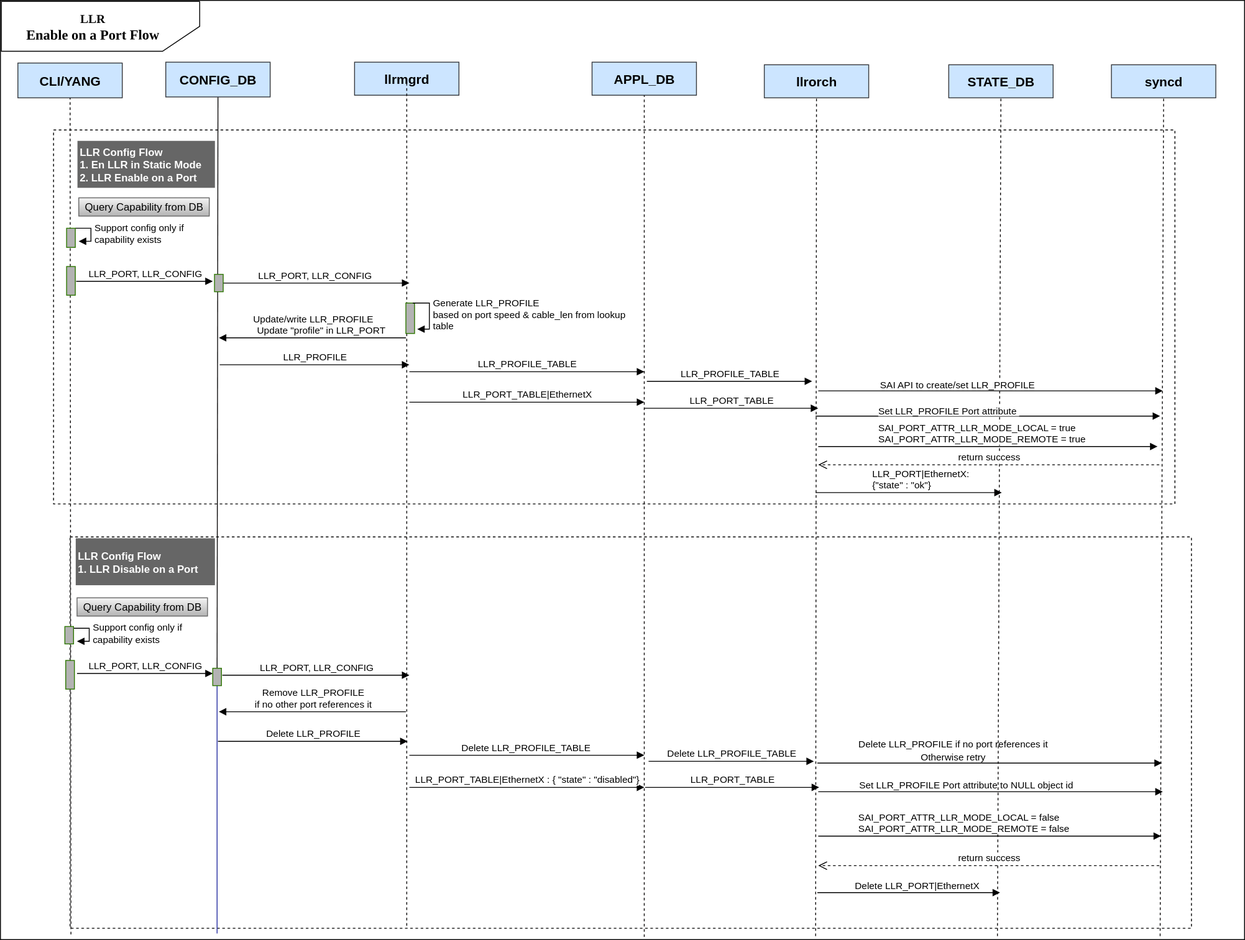
The draw.io diagram doc/llr/images/llr_config_flow.svg in sonic-net/SONiC, before a commit. Source tidied: cells renumbered, new cells last; positions are measured from the earlier drawing's top-left corner, leaving out a move shared by most shapes.
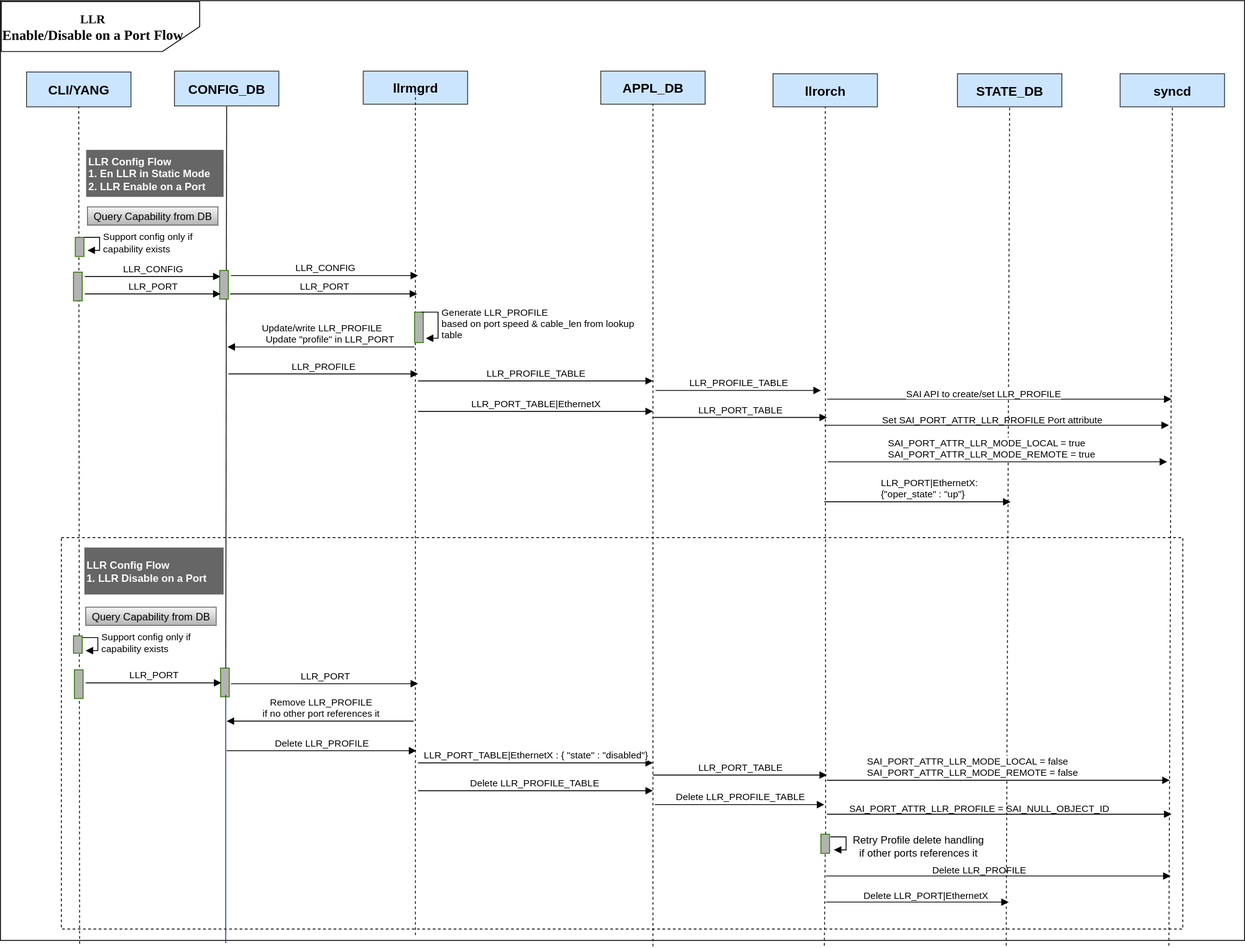
After the change.

What changed in the source:
```diff
@@ -4,4 +4,7 @@
     <mxCell id="1" parent="0" />
+    <mxCell id="9" style="rounded=0;whiteSpace=wrap;html=1;dashed=1;" parent="1" vertex="1">
+      <mxGeometry x="61" y="149" width="1289" height="430" as="geometry" />
+    </mxCell>
     <mxCell id="2" style="group;" parent="1" vertex="1">
-      <mxGeometry width="1430" height="1080" as="geometry" />
+      <mxGeometry x="-10" y="-10" width="1430" height="1080" as="geometry" />
     </mxCell>
@@ -13,3 +16,3 @@
     </mxCell>
-    <mxCell id="5" value="&lt;div style=&quot;&quot;&gt;&lt;font face=&quot;Tahoma&quot; style=&quot;color: rgb(0, 0, 0); direction: ltr; letter-spacing: 0px; line-height: 120%; opacity: 1; font-size: 14px;&quot;&gt;&lt;font style=&quot;&quot;&gt; LLR&lt;/font&gt;&lt;br&gt;&lt;/font&gt;&lt;/div&gt;&lt;div style=&quot;&quot;&gt;&lt;font size=&quot;3&quot; face=&quot;Tahoma&quot;&gt;Enable on a Port Flow&lt;/font&gt;&lt;/div&gt;" style="text;vsdxID=174;rotation=359.91;fillColor=none;gradientColor=none;strokeColor=none;spacingTop=-1;spacingBottom=-1;spacingLeft=-1;spacingRight=-1;labelBackgroundColor=none;rounded=0;html=1;whiteSpace=wrap;verticalAlign=middle;align=center;overflow=width;html=1;fontStyle=1;" parent="4" vertex="1">
+    <mxCell id="5" value="&lt;div style=&quot;&quot;&gt;&lt;font face=&quot;Tahoma&quot; style=&quot;color: rgb(0, 0, 0); direction: ltr; letter-spacing: 0px; line-height: 120%; opacity: 1; font-size: 14px;&quot;&gt;&lt;font style=&quot;&quot;&gt; LLR&lt;/font&gt;&lt;br&gt;&lt;/font&gt;&lt;/div&gt;&lt;div style=&quot;&quot;&gt;&lt;font size=&quot;3&quot; face=&quot;Tahoma&quot;&gt;Enable/Disable on a Port Flow&lt;/font&gt;&lt;/div&gt;" style="text;vsdxID=174;rotation=359.91;fillColor=none;gradientColor=none;strokeColor=none;spacingTop=-1;spacingBottom=-1;spacingLeft=-1;spacingRight=-1;labelBackgroundColor=none;rounded=0;html=1;whiteSpace=wrap;verticalAlign=middle;align=center;overflow=width;html=1;fontStyle=1;" parent="4" vertex="1">
       <mxGeometry y="0.8" width="210" height="57.8" as="geometry" />
@@ -17,13 +20,19 @@
     <mxCell id="6" style="rounded=0;whiteSpace=wrap;html=1;dashed=1;" parent="2" vertex="1">
-      <mxGeometry x="80" y="617" width="1289" height="450" as="geometry" />
+      <mxGeometry x="70" y="617" width="1289" height="450" as="geometry" />
     </mxCell>
-    <mxCell id="7" value="&lt;span style=&quot;font-size: 11px; text-align: left; text-wrap-mode: nowrap; background-color: rgb(255, 255, 255);&quot;&gt;Delete LLR_PROFILE if no port references it&lt;/span&gt;&lt;br style=&quot;font-size: 11px; text-align: left; text-wrap-mode: nowrap;&quot;&gt;&lt;span style=&quot;font-size: 11px; text-align: left; text-wrap-mode: nowrap; background-color: rgb(255, 255, 255);&quot;&gt;Otherwise retry&lt;/span&gt;" style="text;html=1;align=center;verticalAlign=middle;whiteSpace=wrap;rounded=0;" parent="2" vertex="1">
-      <mxGeometry x="1050" y="847" width="90" height="30" as="geometry" />
+    <mxCell id="7" value="&lt;span style=&quot;font-size: 11px; text-align: left; text-wrap-mode: nowrap; background-color: rgb(255, 255, 255);&quot;&gt;Delete LLR_PROFILE&lt;/span&gt;" style="text;html=1;align=center;verticalAlign=middle;whiteSpace=wrap;rounded=0;" parent="2" vertex="1">
+      <mxGeometry x="1080" y="984" width="90" height="30" as="geometry" />
     </mxCell>
-    <mxCell id="8" value="&lt;span style=&quot;font-size: 11px; text-align: left; text-wrap-mode: nowrap; background-color: rgb(255, 255, 255);&quot;&gt;Set LLR_PROFILE Port attribute to NULL object id&lt;/span&gt;" style="text;html=1;align=center;verticalAlign=middle;whiteSpace=wrap;rounded=0;" parent="2" vertex="1">
-      <mxGeometry x="1080" y="887" width="60" height="30" as="geometry" />
+    <mxCell id="8" value="&lt;span style=&quot;font-size: 11px; text-align: left; text-wrap-mode: nowrap; background-color: rgb(255, 255, 255);&quot;&gt;SAI_PORT_ATTR_LLR_PROFILE =&amp;nbsp;SAI_NULL_OBJECT_ID&lt;/span&gt;" style="text;html=1;align=center;verticalAlign=middle;whiteSpace=wrap;rounded=0;" parent="2" vertex="1">
+      <mxGeometry x="1095" y="913" width="60" height="30" as="geometry" />
     </mxCell>
-    <mxCell id="9" style="rounded=0;whiteSpace=wrap;html=1;dashed=1;" parent="1" vertex="1">
-      <mxGeometry x="61" y="149" width="1289" height="430" as="geometry" />
-    </mxCell>
+    <mxCell id="67" value="Retry Profile delete handling if other ports references it" style="text;html=1;align=center;verticalAlign=middle;whiteSpace=wrap;rounded=0;" parent="2" vertex="1">
+      <mxGeometry x="975" y="957" width="160" height="30" as="geometry" />
+    </mxCell>
+    <mxCell id="68" style="html=1;perimeter=orthogonalPerimeter;targetShapes=umlLifeline;newEdgeStyle={&quot;curved&quot;:0,&quot;rounded&quot;:0};fillColor=#B3B3B3;fontColor=#ffffff;strokeColor=#2D7600;" parent="2" vertex="1">
+      <mxGeometry x="253" y="767" width="10" height="33" as="geometry" />
+    </mxCell>
+    <mxCell id="65" value="&lt;span style=&quot;font-size: 11px; text-align: left; text-wrap-mode: nowrap; background-color: rgb(255, 255, 255);&quot;&gt;Set SAI_PORT_ATTR_LLR_PROFILE&amp;nbsp;Port attribute&lt;/span&gt;" style="text;html=1;align=center;verticalAlign=middle;whiteSpace=wrap;rounded=0;" parent="2" vertex="1">
+      <mxGeometry x="1110" y="467" width="60" height="30" as="geometry" />
+    </mxCell>
     <mxCell id="10" value="APPL_DB" style="html=1;whiteSpace=wrap;fillColor=#cce5ff;strokeColor=#36393d;fontStyle=1;strokeWidth=1;fontSize=15;" parent="1" vertex="1">
@@ -31,4 +40,6 @@
     </mxCell>
-    <mxCell id="11" style="endArrow=none;html=1;rounded=0;exitX=0.5;exitY=0;exitDx=0;exitDy=0;strokeColor=light-dark(#0e0c0c, #ededed);entryX=0.5;entryY=1;entryDx=0;entryDy=0;" parent="1" edge="1" source="29" target="14">
-      <mxGeometry relative="1" as="geometry" />
+    <mxCell id="11" style="endArrow=none;html=1;rounded=0;exitX=0.5;exitY=0;exitDx=0;exitDy=0;strokeColor=light-dark(#0e0c0c, #ededed);entryX=0.5;entryY=1;entryDx=0;entryDy=0;" parent="1" edge="1" target="14">
+      <mxGeometry relative="1" as="geometry">
+        <mxPoint x="249" y="757" as="sourcePoint" />
+      </mxGeometry>
     </mxCell>
@@ -39,6 +50,6 @@
     </mxCell>
-    <mxCell id="13" value="LLR_PORT, LLR_CONFIG" style="html=1;verticalAlign=bottom;endArrow=block;curved=0;rounded=0;" parent="1" edge="1">
+    <mxCell id="13" value="LLR_PORT" style="html=1;verticalAlign=bottom;endArrow=block;curved=0;rounded=0;" parent="1" edge="1">
       <mxGeometry relative="1" as="geometry">
-        <mxPoint x="255" y="776" as="sourcePoint" />
-        <mxPoint x="470" y="776" as="targetPoint" />
+        <mxPoint x="255" y="775" as="sourcePoint" />
+        <mxPoint x="470" y="775" as="targetPoint" />
       </mxGeometry>
@@ -51,6 +62,4 @@
     </mxCell>
-    <mxCell id="16" style="endArrow=none;html=1;rounded=0;strokeColor=light-dark(#0e0c0c, #ededed);entryX=0.5;entryY=1;entryDx=0;entryDy=0;exitX=0.55;exitY=0;exitDx=0;exitDy=0;exitPerimeter=0;dashed=1;" parent="1" edge="1" target="17">
-      <mxGeometry relative="1" as="geometry">
-        <mxPoint x="937" y="1076" as="sourcePoint" />
-      </mxGeometry>
+    <mxCell id="16" style="endArrow=none;html=1;rounded=0;strokeColor=light-dark(#0e0c0c, #ededed);entryX=0.5;entryY=1;entryDx=0;entryDy=0;exitX=0.55;exitY=0;exitDx=0;exitDy=0;exitPerimeter=0;dashed=1;" parent="1" edge="1" source="70" target="17">
+      <mxGeometry relative="1" as="geometry" />
     </mxCell>
@@ -83,4 +92,4 @@
       <mxGeometry x="-0.78" relative="1" as="geometry">
-        <mxPoint x="940" y="961" as="sourcePoint" />
-        <mxPoint x="1334" y="961" as="targetPoint" />
+        <mxPoint x="940" y="886" as="sourcePoint" />
+        <mxPoint x="1334" y="886" as="targetPoint" />
       </mxGeometry>
@@ -98,15 +107,14 @@
     </mxCell>
-    <mxCell id="27" value="LLR_PORT, LLR_CONFIG" style="html=1;verticalAlign=bottom;endArrow=block;curved=0;rounded=0;" parent="1" edge="1" target="29">
+    <mxCell id="27" value="LLR_PORT" style="html=1;verticalAlign=bottom;endArrow=block;curved=0;rounded=0;" parent="1" edge="1">
       <mxGeometry relative="1" as="geometry">
         <mxPoint x="88" y="774" as="sourcePoint" />
+        <mxPoint x="244" y="774" as="targetPoint" />
       </mxGeometry>
     </mxCell>
-    <mxCell id="28" style="endArrow=none;html=1;rounded=0;exitX=0.5;exitY=0;exitDx=0;exitDy=0;strokeColor=light-dark(#252da2, #ededed);" parent="1" edge="1" target="29">
+    <mxCell id="28" style="endArrow=none;html=1;rounded=0;exitX=0.5;exitY=0;exitDx=0;exitDy=0;strokeColor=light-dark(#252da2, #ededed);" parent="1" edge="1">
       <mxGeometry relative="1" as="geometry">
         <mxPoint x="249" y="1073" as="sourcePoint" />
+        <mxPoint x="249" y="788" as="targetPoint" />
       </mxGeometry>
     </mxCell>
-    <mxCell id="29" style="html=1;points=[[0,0,0,0,5],[0,1,0,0,-5],[1,0,0,0,5],[1,1,0,0,-5]];perimeter=orthogonalPerimeter;outlineConnect=0;targetShapes=umlLifeline;portConstraint=eastwest;newEdgeStyle={&quot;curved&quot;:0,&quot;rounded&quot;:0};fillColor=#B3B3B3;fontColor=#ffffff;strokeColor=#2D7600;" parent="1" vertex="1">
-      <mxGeometry x="244" y="768" width="10" height="20" as="geometry" />
-    </mxCell>
     <mxCell id="30" value="Delete&amp;nbsp;&lt;span style=&quot;color: light-dark(rgb(0, 0, 0), rgb(255, 255, 255)); text-align: justify;&quot;&gt;LLR_PORT|EthernetX&lt;/span&gt;" style="html=1;verticalAlign=bottom;endArrow=block;curved=0;rounded=0;align=left;" parent="1" edge="1">
@@ -136,12 +144,6 @@
     </mxCell>
-    <mxCell id="35" value="LLR_PORT, LLR_CONFIG" style="html=1;verticalAlign=bottom;endArrow=block;curved=0;rounded=0;" parent="1" edge="1">
-      <mxGeometry relative="1" as="geometry">
-        <mxPoint x="252" y="325" as="sourcePoint" />
-        <mxPoint x="470" y="325" as="targetPoint" />
-      </mxGeometry>
-    </mxCell>
     <mxCell id="36" style="html=1;verticalAlign=bottom;endArrow=block;curved=0;rounded=0;align=left;" parent="1" edge="1">
       <mxGeometry x="-0.41" relative="1" as="geometry">
-        <mxPoint x="940" y="449" as="sourcePoint" />
-        <mxPoint x="1336" y="449" as="targetPoint" />
+        <mxPoint x="940" y="448" as="sourcePoint" />
+        <mxPoint x="1336" y="448" as="targetPoint" />
       </mxGeometry>
@@ -151,11 +153,2 @@
     </mxCell>
-    <mxCell id="38" value="LLR_PORT, LLR_CONFIG" style="html=1;verticalAlign=bottom;endArrow=block;curved=0;rounded=0;" parent="1" edge="1">
-      <mxGeometry relative="1" as="geometry">
-        <mxPoint x="87" y="323" as="sourcePoint" />
-        <mxPoint x="244" y="323" as="targetPoint" />
-      </mxGeometry>
-    </mxCell>
-    <mxCell id="39" style="html=1;perimeter=orthogonalPerimeter;targetShapes=umlLifeline;newEdgeStyle={&quot;curved&quot;:0,&quot;rounded&quot;:0};fillColor=#B3B3B3;fontColor=#ffffff;strokeColor=#2D7600;" parent="1" vertex="1">
-      <mxGeometry x="246" y="315" width="10" height="20" as="geometry" />
-    </mxCell>
     <mxCell id="40" style="html=1;points=[[0,0,0,0,5],[0,1,0,0,-5],[1,0,0,0,5],[1,1,0,0,-5]];perimeter=orthogonalPerimeter;outlineConnect=0;targetShapes=umlLifeline;portConstraint=eastwest;newEdgeStyle={&quot;curved&quot;:0,&quot;rounded&quot;:0};fillColor=#B3B3B3;fontColor=#ffffff;strokeColor=#2D7600;" parent="1" vertex="1">
@@ -198,7 +191,7 @@
       <mxGeometry x="-0.66" relative="1" as="geometry">
-        <mxPoint x="940" y="513" as="sourcePoint" />
-        <mxPoint x="1330" y="513" as="targetPoint" />
+        <mxPoint x="941" y="520" as="sourcePoint" />
+        <mxPoint x="1331" y="520" as="targetPoint" />
       </mxGeometry>
     </mxCell>
-    <mxCell id="47" value="&lt;span style=&quot;background-color: light-dark(#ffffff, var(--ge-dark-color, #121212)); color: light-dark(rgb(0, 0, 0), rgb(255, 255, 255)); text-align: justify;&quot;&gt;LLR_PORT|EthernetX:&lt;/span&gt;&lt;br&gt;&lt;div style=&quot;text-align: justify;&quot;&gt;&lt;span style=&quot;background-color: light-dark(#ffffff, var(--ge-dark-color, #121212)); color: light-dark(rgb(0, 0, 0), rgb(255, 255, 255));&quot;&gt;{&quot;state&quot; : &quot;ok&quot;}&lt;/span&gt;&lt;/div&gt;" style="html=1;verticalAlign=bottom;endArrow=block;curved=0;rounded=0;align=left;" parent="1" edge="1">
+    <mxCell id="47" value="&lt;span style=&quot;background-color: light-dark(#ffffff, var(--ge-dark-color, #121212)); color: light-dark(rgb(0, 0, 0), rgb(255, 255, 255)); text-align: justify;&quot;&gt;LLR_PORT|EthernetX:&lt;/span&gt;&lt;br&gt;&lt;div style=&quot;text-align: justify;&quot;&gt;&lt;span style=&quot;background-color: light-dark(#ffffff, var(--ge-dark-color, #121212)); color: light-dark(rgb(0, 0, 0), rgb(255, 255, 255));&quot;&gt;{&quot;oper_state&quot; : &quot;up&quot;}&lt;/span&gt;&lt;/div&gt;" style="html=1;verticalAlign=bottom;endArrow=block;curved=0;rounded=0;align=left;" parent="1" edge="1">
       <mxGeometry x="-0.41" relative="1" as="geometry">
@@ -209,5 +202,2 @@
     </mxCell>
-    <mxCell id="48" style="html=1;perimeter=orthogonalPerimeter;targetShapes=umlLifeline;newEdgeStyle={&quot;curved&quot;:0,&quot;rounded&quot;:0};fillColor=#B3B3B3;fontColor=#ffffff;strokeColor=#2D7600;" parent="1" vertex="1">
-      <mxGeometry x="76" y="306" width="10" height="33" as="geometry" />
-    </mxCell>
     <mxCell id="49" value="Query Capability from DB" style="html=1;whiteSpace=wrap;fillColor=#f5f5f5;strokeColor=#666666;gradientColor=#b3b3b3;" parent="1" vertex="1">
@@ -233,14 +223,2 @@
     </mxCell>
-    <mxCell id="53" value="return success" style="html=1;verticalAlign=bottom;endArrow=open;dashed=1;endSize=8;curved=0;rounded=0;" parent="1" edge="1">
-      <mxGeometry relative="1" as="geometry">
-        <mxPoint x="1332" y="534" as="sourcePoint" />
-        <mxPoint x="940" y="534" as="targetPoint" />
-      </mxGeometry>
-    </mxCell>
-    <mxCell id="54" value="return success" style="html=1;verticalAlign=bottom;endArrow=open;dashed=1;endSize=8;curved=0;rounded=0;" parent="1" edge="1">
-      <mxGeometry relative="1" as="geometry">
-        <mxPoint x="1332" y="995" as="sourcePoint" />
-        <mxPoint x="940" y="995" as="targetPoint" />
-      </mxGeometry>
-    </mxCell>
     <mxCell id="55" value="LLR_PROFILE" style="html=1;verticalAlign=bottom;endArrow=block;curved=0;rounded=0;" parent="1" edge="1">
@@ -253,4 +231,4 @@
       <mxGeometry relative="1" as="geometry">
-        <mxPoint x="251" y="818" as="sourcePoint" />
-        <mxPoint x="466" y="818" as="targetPoint" />
+        <mxPoint x="250" y="818" as="sourcePoint" />
+        <mxPoint x="465" y="818" as="targetPoint" />
       </mxGeometry>
@@ -265,4 +243,4 @@
       <mxGeometry relative="1" as="geometry">
-        <mxPoint x="470" y="868" as="sourcePoint" />
-        <mxPoint x="740" y="868" as="targetPoint" />
+        <mxPoint x="470" y="898" as="sourcePoint" />
+        <mxPoint x="740" y="898" as="targetPoint" />
       </mxGeometry>
@@ -271,4 +249,4 @@
       <mxGeometry relative="1" as="geometry">
-        <mxPoint x="470" y="905" as="sourcePoint" />
-        <mxPoint x="740" y="905" as="targetPoint" />
+        <mxPoint x="470" y="866" as="sourcePoint" />
+        <mxPoint x="740" y="866" as="targetPoint" />
       </mxGeometry>
@@ -277,4 +255,4 @@
       <mxGeometry relative="1" as="geometry">
-        <mxPoint x="741" y="905" as="sourcePoint" />
-        <mxPoint x="941" y="905" as="targetPoint" />
+        <mxPoint x="740" y="880" as="sourcePoint" />
+        <mxPoint x="940" y="880" as="targetPoint" />
       </mxGeometry>
@@ -283,4 +261,4 @@
       <mxGeometry relative="1" as="geometry">
-        <mxPoint x="745" y="875" as="sourcePoint" />
-        <mxPoint x="935" y="875" as="targetPoint" />
+        <mxPoint x="742" y="914" as="sourcePoint" />
+        <mxPoint x="937" y="914" as="targetPoint" />
       </mxGeometry>
@@ -299,4 +277,4 @@
       <mxGeometry x="-0.41" relative="1" as="geometry">
-        <mxPoint x="939" y="877" as="sourcePoint" />
-        <mxPoint x="1335" y="877" as="targetPoint" />
+        <mxPoint x="939" y="996" as="sourcePoint" />
+        <mxPoint x="1335" y="996" as="targetPoint" />
         <mxPoint x="-1" as="offset" />
@@ -306,6 +284,6 @@
       <mxGeometry x="-0.41" relative="1" as="geometry">
-        <mxPoint x="940" y="910" as="sourcePoint" />
-        <mxPoint x="1336" y="910" as="targetPoint" />
+        <mxPoint x="940" y="925" as="sourcePoint" />
+        <mxPoint x="1336" y="925" as="targetPoint" />
         <Array as="points">
-          <mxPoint x="1190" y="910" />
+          <mxPoint x="1190" y="925" />
         </Array>
@@ -314,8 +292,53 @@
     </mxCell>
-    <mxCell id="65" value="&lt;span style=&quot;font-size: 11px; text-align: left; text-wrap-mode: nowrap; background-color: rgb(255, 255, 255);&quot;&gt;Set LLR_PROFILE Port attribute&amp;nbsp;&lt;/span&gt;" style="text;html=1;align=center;verticalAlign=middle;whiteSpace=wrap;rounded=0;" parent="1" vertex="1">
-      <mxGeometry x="1060" y="457" width="60" height="30" as="geometry" />
-    </mxCell>
     <mxCell id="66" value="&lt;span style=&quot;font-size: 11px; text-align: left; text-wrap-mode: nowrap; background-color: rgb(255, 255, 255);&quot;&gt;SAI API to create/set LLR_PROFILE&lt;/span&gt;" style="text;html=1;align=center;verticalAlign=middle;whiteSpace=wrap;rounded=0;" parent="1" vertex="1">
-      <mxGeometry x="1070" y="427" width="60" height="30" as="geometry" />
+      <mxGeometry x="1090" y="427" width="60" height="30" as="geometry" />
     </mxCell>
+    <mxCell id="69" style="endArrow=none;html=1;rounded=0;strokeColor=light-dark(#0e0c0c, #ededed);entryX=0.5;entryY=1;entryDx=0;entryDy=0;exitX=0.55;exitY=0;exitDx=0;exitDy=0;exitPerimeter=0;dashed=1;" parent="1" edge="1" target="70">
+      <mxGeometry relative="1" as="geometry">
+        <mxPoint x="937" y="1076" as="sourcePoint" />
+      </mxGeometry>
+    </mxCell>
+    <mxCell id="70" style="html=1;points=[[0,0,0,0,5],[0,1,0,0,-5],[1,0,0,0,5],[1,1,0,0,-5]];perimeter=orthogonalPerimeter;outlineConnect=0;targetShapes=umlLifeline;portConstraint=eastwest;newEdgeStyle={&quot;curved&quot;:0,&quot;rounded&quot;:0};fillColor=#B3B3B3;fontColor=#ffffff;strokeColor=#2D7600;" parent="1" vertex="1">
+      <mxGeometry x="933" y="948" width="10" height="22" as="geometry" />
+    </mxCell>
+    <mxCell id="71" style="html=1;align=left;spacingLeft=2;endArrow=block;rounded=0;edgeStyle=orthogonalEdgeStyle;curved=0;rounded=0;" parent="1" edge="1">
+      <mxGeometry x="0.01" relative="1" as="geometry">
+        <mxPoint x="944" y="951" as="sourcePoint" />
+        <mxPoint x="948" y="966" as="targetPoint" />
+        <Array as="points">
+          <mxPoint x="962" y="951" />
+          <mxPoint x="962" y="966" />
+        </Array>
+      </mxGeometry>
+    </mxCell>
+    <mxCell id="72" value="LLR_CONFIG" style="html=1;verticalAlign=bottom;endArrow=block;curved=0;rounded=0;" parent="1" edge="1">
+      <mxGeometry relative="1" as="geometry">
+        <mxPoint x="87" y="307" as="sourcePoint" />
+        <mxPoint x="243" y="307" as="targetPoint" />
+      </mxGeometry>
+    </mxCell>
+    <mxCell id="73" style="html=1;perimeter=orthogonalPerimeter;targetShapes=umlLifeline;newEdgeStyle={&quot;curved&quot;:0,&quot;rounded&quot;:0};fillColor=#B3B3B3;fontColor=#ffffff;strokeColor=#2D7600;" parent="1" vertex="1">
+      <mxGeometry x="242" y="300" width="10" height="33" as="geometry" />
+    </mxCell>
+    <mxCell id="74" value="LLR_PORT" style="html=1;verticalAlign=bottom;endArrow=block;curved=0;rounded=0;" parent="1" edge="1">
+      <mxGeometry relative="1" as="geometry">
+        <mxPoint x="254" y="327" as="sourcePoint" />
+        <mxPoint x="469" y="327" as="targetPoint" />
+      </mxGeometry>
+    </mxCell>
+    <mxCell id="75" value="LLR_PORT" style="html=1;verticalAlign=bottom;endArrow=block;curved=0;rounded=0;" parent="1" edge="1">
+      <mxGeometry relative="1" as="geometry">
+        <mxPoint x="87" y="327" as="sourcePoint" />
+        <mxPoint x="243" y="327" as="targetPoint" />
+      </mxGeometry>
+    </mxCell>
+    <mxCell id="76" style="html=1;perimeter=orthogonalPerimeter;targetShapes=umlLifeline;newEdgeStyle={&quot;curved&quot;:0,&quot;rounded&quot;:0};fillColor=#B3B3B3;fontColor=#ffffff;strokeColor=#2D7600;" parent="1" vertex="1">
+      <mxGeometry x="74" y="302" width="10" height="33" as="geometry" />
+    </mxCell>
+    <mxCell id="77" value="LLR_CONFIG" style="html=1;verticalAlign=bottom;endArrow=block;curved=0;rounded=0;" parent="1" edge="1">
+      <mxGeometry relative="1" as="geometry">
+        <mxPoint x="255" y="306" as="sourcePoint" />
+        <mxPoint x="470" y="306" as="targetPoint" />
+      </mxGeometry>
+    </mxCell>
   </root>
```
